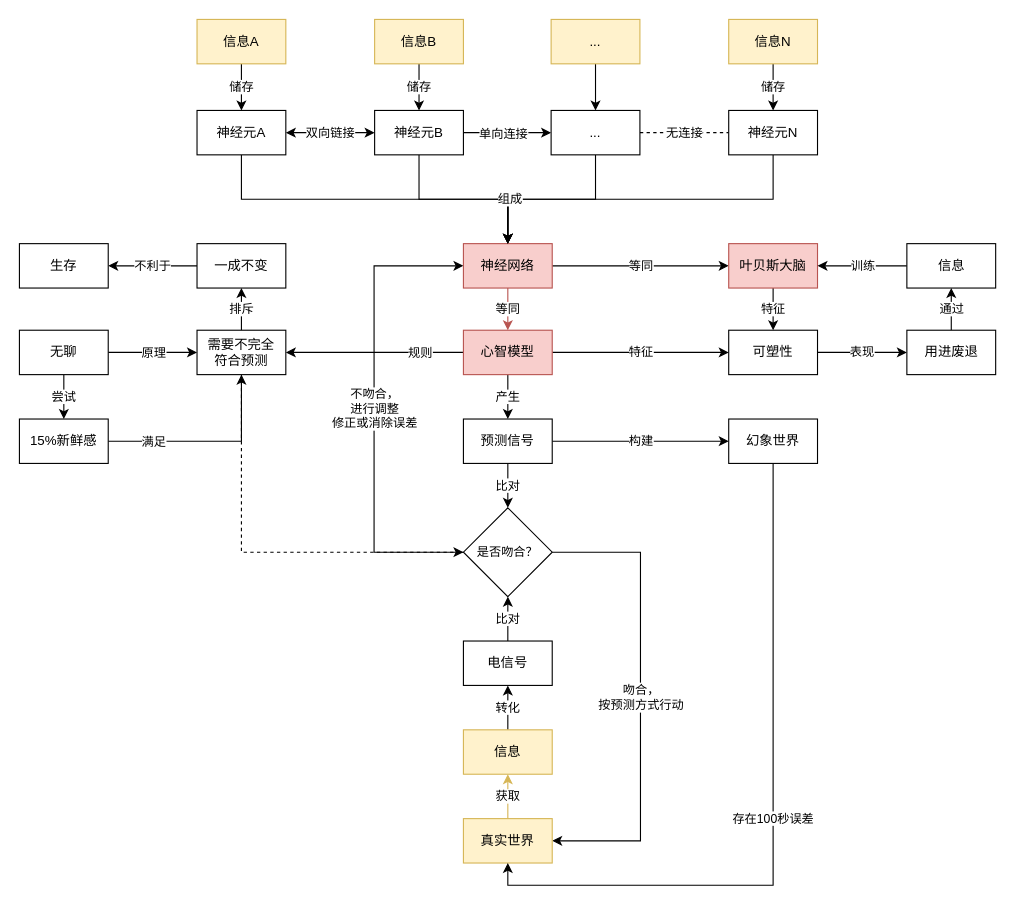
Before: 大脑原理-预测.drawio in youyusan/open_mind, a draw.io diagram. Source tidied: cells renumbered, new cells numbered last; positions are measured from the earlier drawing's top-left corner, leaving out a move shared by most shapes. Both pictures are drawn from the tidied source at 111%, with x=0, y=0 at pixel (19, 19).
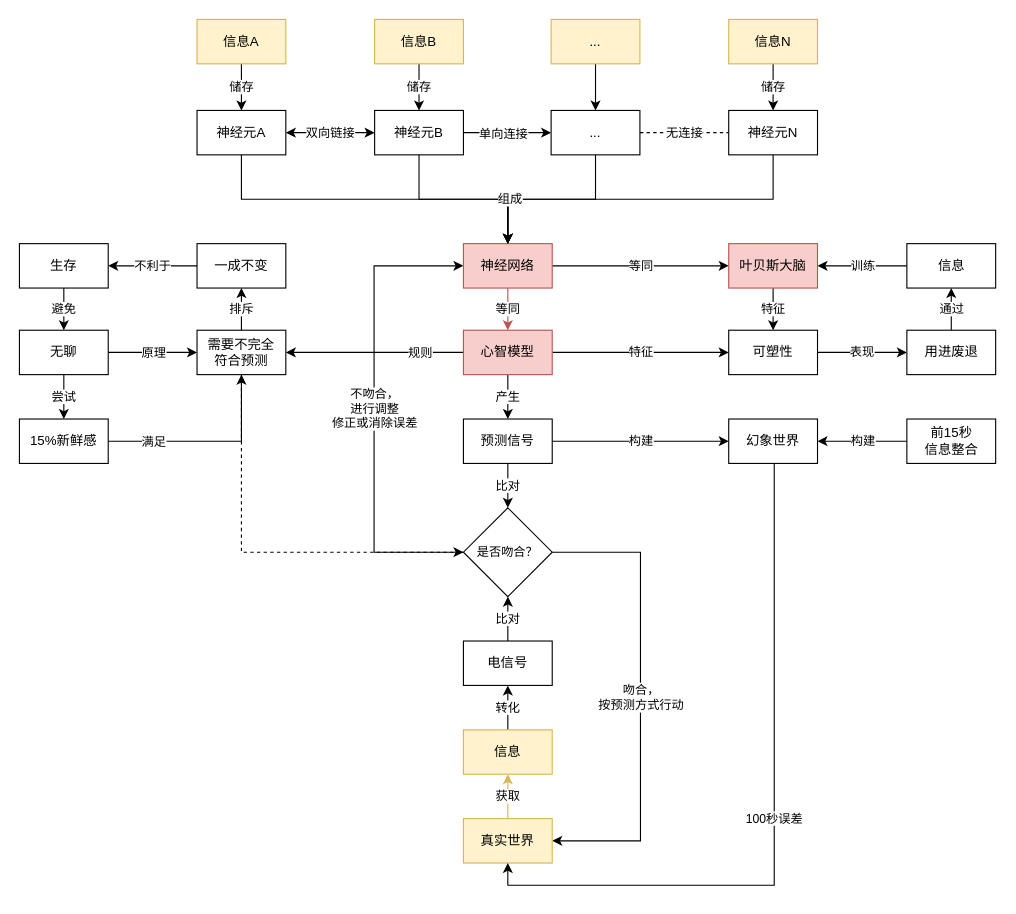
After the change.

Commit message (it also covers changes not shown here):
更新大脑原理-预测.drawio

Unchanged cells that the change refers to:
```xml
<mxCell id="42" value="真实世界" style="rounded=0;whiteSpace=wrap;html=1;fillColor=#fff2cc;strokeColor=#d6b656;" parent="1" vertex="1">
  <mxGeometry x="400" y="720" width="80" height="40" as="geometry" />
</mxCell>
<mxCell id="44" value="幻象世界" style="rounded=0;whiteSpace=wrap;html=1;" parent="1" vertex="1">
  <mxGeometry x="639" y="360" width="80" height="40" as="geometry" />
</mxCell>
<mxCell id="58" value="无聊" style="rounded=0;whiteSpace=wrap;html=1;" parent="1" vertex="1">
  <mxGeometry y="280" width="80" height="40" as="geometry" />
</mxCell>
<mxCell id="59" value="生存" style="rounded=0;whiteSpace=wrap;html=1;" parent="1" vertex="1">
  <mxGeometry y="202" width="80" height="40" as="geometry" />
</mxCell>
```

Diff of the diagram source:
```diff
@@
-    <mxCell id="43" value="存在100秒误差" style="edgeStyle=orthogonalEdgeStyle;rounded=0;jettySize=auto;html=1;entryX=0.5;entryY=1;entryDx=0;entryDy=0;" parent="1" edge="1" source="44" target="42">
+    <mxCell id="43" value="100秒误差" style="edgeStyle=orthogonalEdgeStyle;rounded=0;jettySize=auto;html=1;entryX=0.5;entryY=1;entryDx=0;entryDy=0;" parent="1" edge="1" source="44" target="42">
       <mxGeometry relative="1" as="geometry">
         <Array as="points">
-          <mxPoint x="679.5" y="780" />
-          <mxPoint x="440.5" y="780" />
+          <mxPoint x="680" y="780" />
+          <mxPoint x="440" y="780" />
         </Array>
       </mxGeometry>
     </mxCell>
@@
+    <mxCell id="66" value="避免" style="edgeStyle=orthogonalEdgeStyle;rounded=0;jettySize=auto;html=1;entryX=0.5;entryY=0;entryDx=0;entryDy=0;" parent="1" edge="1" source="59" target="58">
+      <mxGeometry relative="1" as="geometry" />
+    </mxCell>
@@
+    <mxCell id="67" value="构建" style="edgeStyle=orthogonalEdgeStyle;rounded=0;jettySize=auto;html=1;" parent="1" edge="1" source="68" target="44">
+      <mxGeometry relative="1" as="geometry" />
+    </mxCell>
+    <mxCell id="68" value="前15秒&lt;br&gt;信息整合" style="rounded=0;whiteSpace=wrap;html=1;" parent="1" vertex="1">
+      <mxGeometry x="799.5" y="360" width="80" height="40" as="geometry" />
+    </mxCell>
```
